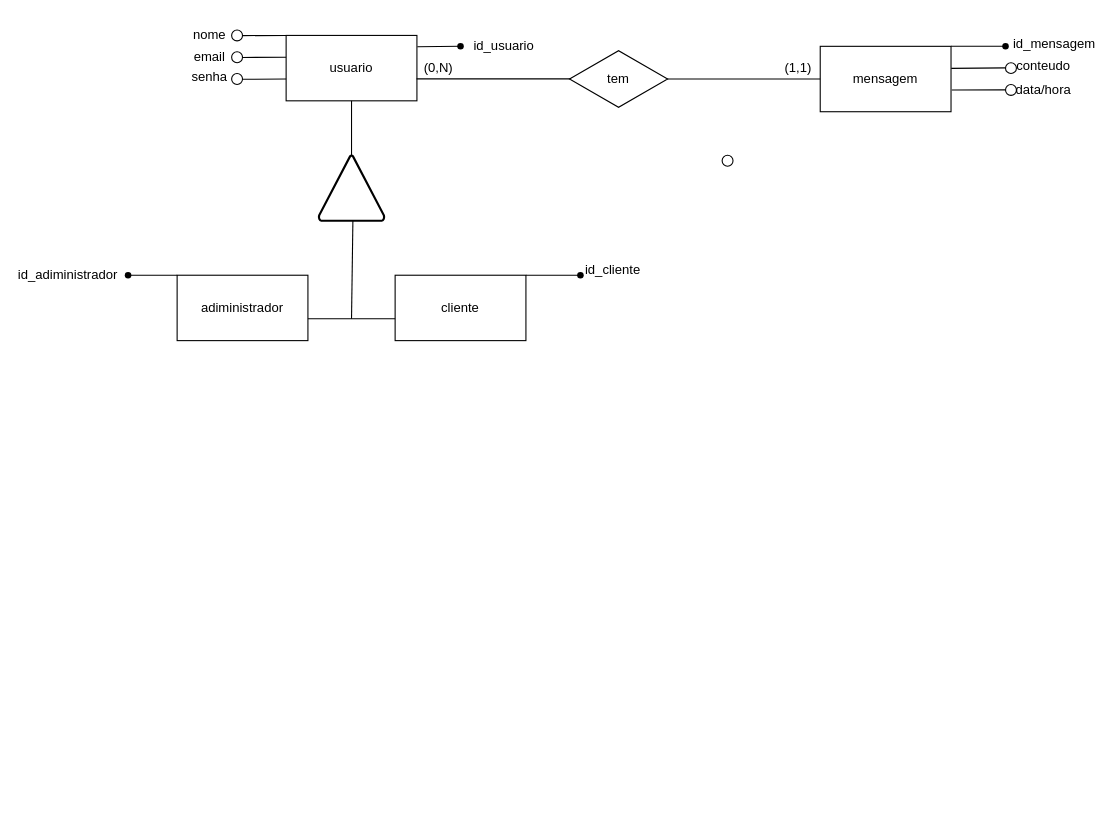
This is modelo conceitual.drawio from AndreLuizWandscheerFranco/TCC, a draw.io file, before an edit. Source tidied: cells renumbered, new cells numbered last; positions are measured from the earlier drawing's top-left corner, leaving out a move shared by most shapes. Both pictures are drawn from the tidied source at 109%, with x=0, y=0 at pixel (35, 19).
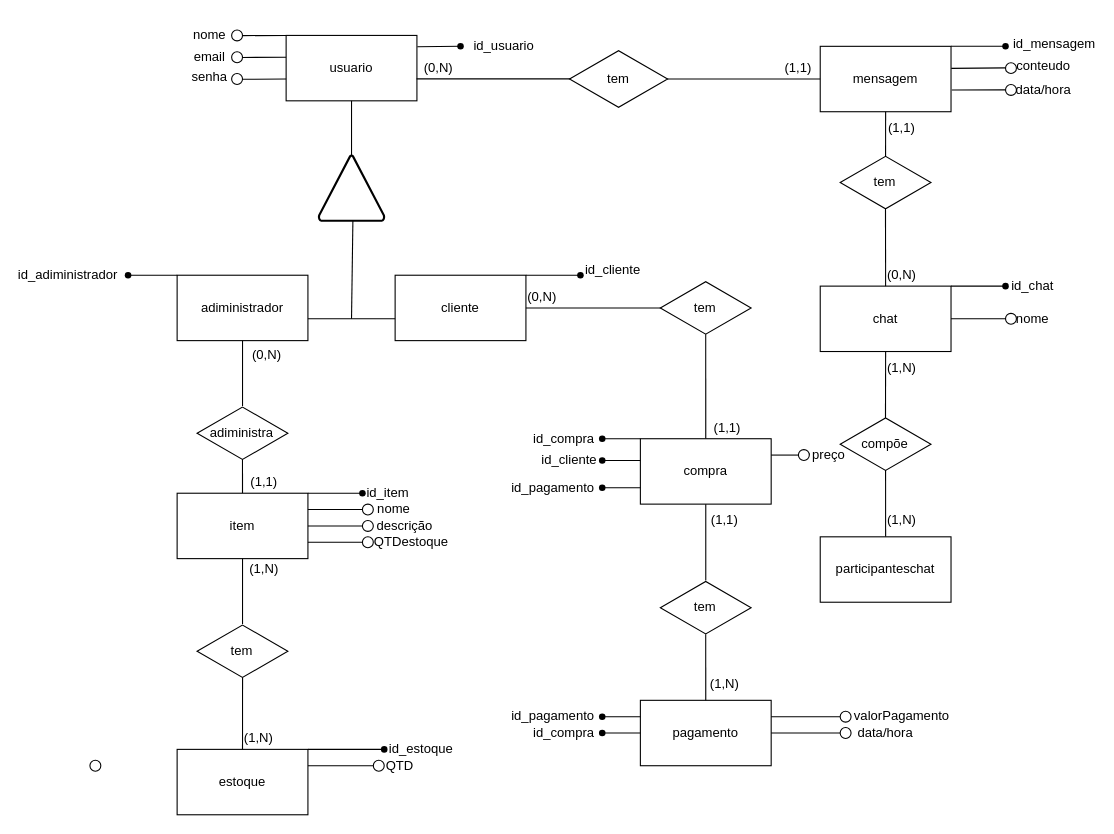
Above is the later version.

The change refers to these unchanged cells:
```xml
<mxCell id="2" value="adiministrador" style="rounded=0;whiteSpace=wrap;html=1;" parent="1" vertex="1">
  <mxGeometry x="130" y="235" width="120" height="60" as="geometry" />
</mxCell>
<mxCell id="3" value="cliente" style="rounded=0;whiteSpace=wrap;html=1;" parent="1" vertex="1">
  <mxGeometry x="330" y="235" width="120" height="60" as="geometry" />
</mxCell>
<mxCell id="29" value="mensagem" style="rounded=0;whiteSpace=wrap;html=1;" parent="1" vertex="1">
  <mxGeometry x="720" y="25" width="120" height="60" as="geometry" />
</mxCell>
```

Diff of the diagram source:
```diff
@@
     <mxCell id="36" style="ellipse;whiteSpace=wrap;html=1;" parent="1" vertex="1">
-      <mxGeometry x="630" y="125" width="10" height="10" as="geometry" />
+      <mxGeometry x="50" y="680" width="10" height="10" as="geometry" />
     </mxCell>
@@
+    <mxCell id="43" style="endArrow=none;html=1;rounded=0;entryX=0.5;entryY=1;entryDx=0;entryDy=0;exitX=0.5;exitY=0.016;exitDx=0;exitDy=0;exitPerimeter=0;" parent="1" edge="1" source="48" target="29">
+      <mxGeometry relative="1" as="geometry" />
+    </mxCell>
+    <mxCell id="44" value="chat" style="rounded=0;whiteSpace=wrap;html=1;" parent="1" vertex="1">
+      <mxGeometry x="720" y="245" width="120" height="60" as="geometry" />
+    </mxCell>
+    <mxCell id="45" style="shape=waypoint;sketch=0;fillStyle=solid;size=6;fillColor=none;perimeter=centerPerimeter;" parent="1" vertex="1">
+      <mxGeometry x="880" y="235" width="20" height="20" as="geometry" />
+    </mxCell>
+    <mxCell id="46" style="endArrow=none;html=1;rounded=0;exitX=1;exitY=0;exitDx=0;exitDy=0;" parent="1" edge="1">
+      <mxGeometry relative="1" as="geometry">
+        <mxPoint x="840" y="245" as="sourcePoint" />
+        <mxPoint x="890" y="245" as="targetPoint" />
+      </mxGeometry>
+    </mxCell>
+    <mxCell id="47" value="id_chat" style="text;html=1;align=center;verticalAlign=middle;whiteSpace=wrap;rounded=0;" parent="1" vertex="1">
+      <mxGeometry x="910" y="240" width="10" height="10" as="geometry" />
+    </mxCell>
+    <mxCell id="48" value="tem" style="html=1;whiteSpace=wrap;shape=isoRectangle;" parent="1" vertex="1">
+      <mxGeometry x="738.3" y="125" width="83.3" height="50" as="geometry" />
+    </mxCell>
+    <mxCell id="49" style="endArrow=none;html=1;rounded=0;entryX=0.499;entryY=0.977;entryDx=0;entryDy=0;entryPerimeter=0;exitX=0.5;exitY=0;exitDx=0;exitDy=0;" parent="1" edge="1" source="44" target="48">
+      <mxGeometry relative="1" as="geometry" />
+    </mxCell>
+    <mxCell id="50" value="(1,1)" style="text;html=1;align=center;verticalAlign=middle;whiteSpace=wrap;rounded=0;" parent="1" vertex="1">
+      <mxGeometry x="790" y="95" width="10" height="10" as="geometry" />
+    </mxCell>
+    <mxCell id="51" value="(0,N)" style="text;html=1;align=center;verticalAlign=middle;whiteSpace=wrap;rounded=0;" parent="1" vertex="1">
+      <mxGeometry x="790" y="230" width="10" height="10" as="geometry" />
+    </mxCell>
+    <mxCell id="52" style="ellipse;whiteSpace=wrap;html=1;" parent="1" vertex="1">
+      <mxGeometry x="890" y="270" width="10" height="10" as="geometry" />
+    </mxCell>
+    <mxCell id="53" style="endArrow=none;html=1;rounded=0;exitX=1;exitY=0.5;exitDx=0;exitDy=0;" parent="1" edge="1" source="44">
+      <mxGeometry relative="1" as="geometry">
+        <mxPoint x="890" y="275" as="targetPoint" />
+      </mxGeometry>
+    </mxCell>
+    <mxCell id="54" value="nome" style="text;html=1;align=center;verticalAlign=middle;whiteSpace=wrap;rounded=0;" parent="1" vertex="1">
+      <mxGeometry x="910" y="270" width="10" height="10" as="geometry" />
+    </mxCell>
+    <mxCell id="55" value="adiministra" style="html=1;whiteSpace=wrap;shape=isoRectangle;" parent="1" vertex="1">
+      <mxGeometry x="148.3" y="355" width="83.3" height="50" as="geometry" />
+    </mxCell>
+    <mxCell id="56" value="compõe" style="html=1;whiteSpace=wrap;shape=isoRectangle;" parent="1" vertex="1">
+      <mxGeometry x="738.3" y="365" width="83.3" height="50" as="geometry" />
+    </mxCell>
+    <mxCell id="57" style="endArrow=none;html=1;rounded=0;entryX=0.5;entryY=1;entryDx=0;entryDy=0;exitX=0.499;exitY=0.02;exitDx=0;exitDy=0;exitPerimeter=0;" parent="1" edge="1" source="56" target="44">
+      <mxGeometry relative="1" as="geometry" />
+    </mxCell>
+    <mxCell id="58" style="endArrow=none;html=1;rounded=0;entryX=0.5;entryY=0.975;entryDx=0;entryDy=0;entryPerimeter=0;" parent="1" edge="1" target="56">
+      <mxGeometry relative="1" as="geometry">
+        <mxPoint x="780" y="475" as="sourcePoint" />
+      </mxGeometry>
+    </mxCell>
+    <mxCell id="59" value="participanteschat" style="rounded=0;whiteSpace=wrap;html=1;" parent="1" vertex="1">
+      <mxGeometry x="720" y="475" width="120" height="60" as="geometry" />
+    </mxCell>
+    <mxCell id="60" value="(1,N)" style="text;html=1;align=center;verticalAlign=middle;whiteSpace=wrap;rounded=0;" parent="1" vertex="1">
+      <mxGeometry x="790" y="315" width="10" height="10" as="geometry" />
+    </mxCell>
+    <mxCell id="61" value="(1,N)" style="text;html=1;align=center;verticalAlign=middle;whiteSpace=wrap;rounded=0;" parent="1" vertex="1">
+      <mxGeometry x="790" y="455" width="10" height="10" as="geometry" />
+    </mxCell>
+    <mxCell id="62" style="endArrow=none;html=1;rounded=0;entryX=1;entryY=0.5;entryDx=0;entryDy=0;exitX=0.009;exitY=0.5;exitDx=0;exitDy=0;exitPerimeter=0;" parent="1" edge="1" source="63" target="3">
+      <mxGeometry relative="1" as="geometry" />
+    </mxCell>
+    <mxCell id="63" value="tem" style="html=1;whiteSpace=wrap;shape=isoRectangle;" parent="1" vertex="1">
+      <mxGeometry x="573.3" y="240" width="83.3" height="50" as="geometry" />
+    </mxCell>
+    <mxCell id="64" style="endArrow=none;html=1;rounded=0;entryX=0.5;entryY=0.981;entryDx=0;entryDy=0;entryPerimeter=0;" parent="1" edge="1" target="63">
+      <mxGeometry relative="1" as="geometry">
+        <mxPoint x="615" y="385" as="sourcePoint" />
+      </mxGeometry>
+    </mxCell>
+    <mxCell id="65" value="compra" style="rounded=0;whiteSpace=wrap;html=1;" parent="1" vertex="1">
+      <mxGeometry x="555" y="385" width="120" height="60" as="geometry" />
+    </mxCell>
+    <mxCell id="66" style="endArrow=none;html=1;rounded=0;entryX=0;entryY=0;entryDx=0;entryDy=0;" parent="1" edge="1" target="65">
+      <mxGeometry relative="1" as="geometry">
+        <mxPoint x="520" y="385" as="sourcePoint" />
+      </mxGeometry>
+    </mxCell>
+    <mxCell id="67" style="shape=waypoint;sketch=0;fillStyle=solid;size=6;fillColor=none;perimeter=centerPerimeter;" parent="1" vertex="1">
+      <mxGeometry x="510" y="375" width="20" height="20" as="geometry" />
+    </mxCell>
+    <mxCell id="68" value="id_compra" style="text;html=1;align=center;verticalAlign=middle;whiteSpace=wrap;rounded=0;" parent="1" vertex="1">
+      <mxGeometry x="480" y="380" width="10" height="10" as="geometry" />
+    </mxCell>
+    <mxCell id="69" style="endArrow=none;html=1;rounded=0;entryX=0;entryY=0.25;entryDx=0;entryDy=0;" parent="1" edge="1">
+      <mxGeometry relative="1" as="geometry">
+        <mxPoint x="520" y="405" as="sourcePoint" />
+        <mxPoint x="555" y="405" as="targetPoint" />
+      </mxGeometry>
+    </mxCell>
+    <mxCell id="70" style="shape=waypoint;sketch=0;fillStyle=solid;size=6;fillColor=none;perimeter=centerPerimeter;" parent="1" vertex="1">
+      <mxGeometry x="510" y="395" width="20" height="20" as="geometry" />
+    </mxCell>
+    <mxCell id="71" value="id_cliente" style="text;html=1;align=center;verticalAlign=middle;whiteSpace=wrap;rounded=0;" parent="1" vertex="1">
+      <mxGeometry x="460" y="390" width="60" height="30" as="geometry" />
+    </mxCell>
+    <mxCell id="72" style="endArrow=none;html=1;rounded=0;entryX=0.5;entryY=1;entryDx=0;entryDy=0;" parent="1" edge="1" target="65">
+      <mxGeometry relative="1" as="geometry">
+        <mxPoint x="615" y="515" as="sourcePoint" />
+      </mxGeometry>
+    </mxCell>
+    <mxCell id="73" value="tem" style="html=1;whiteSpace=wrap;shape=isoRectangle;" parent="1" vertex="1">
+      <mxGeometry x="573.3" y="515" width="83.3" height="50" as="geometry" />
+    </mxCell>
+    <mxCell id="74" style="endArrow=none;html=1;rounded=0;entryX=0.5;entryY=0.986;entryDx=0;entryDy=0;entryPerimeter=0;" parent="1" edge="1" target="73">
+      <mxGeometry relative="1" as="geometry">
+        <mxPoint x="615" y="635" as="sourcePoint" />
+      </mxGeometry>
+    </mxCell>
+    <mxCell id="75" value="pagamento" style="rounded=0;whiteSpace=wrap;html=1;" parent="1" vertex="1">
+      <mxGeometry x="555" y="625" width="120" height="60" as="geometry" />
+    </mxCell>
+    <mxCell id="76" style="endArrow=none;html=1;rounded=0;exitX=0;exitY=0.25;exitDx=0;exitDy=0;" parent="1" edge="1" source="75">
+      <mxGeometry relative="1" as="geometry">
+        <mxPoint x="520" y="640" as="targetPoint" />
+      </mxGeometry>
+    </mxCell>
+    <mxCell id="77" style="shape=waypoint;sketch=0;fillStyle=solid;size=6;fillColor=none;perimeter=centerPerimeter;" parent="1" vertex="1">
+      <mxGeometry x="510" y="630" width="20" height="20" as="geometry" />
+    </mxCell>
+    <mxCell id="78" value="id_pagamento" style="text;html=1;align=center;verticalAlign=middle;whiteSpace=wrap;rounded=0;" parent="1" vertex="1">
+      <mxGeometry x="470" y="635" width="10" height="10" as="geometry" />
+    </mxCell>
+    <mxCell id="79" style="endArrow=none;html=1;rounded=0;exitX=0;exitY=0.75;exitDx=0;exitDy=0;" parent="1" edge="1" source="65" target="80">
+      <mxGeometry relative="1" as="geometry" />
+    </mxCell>
+    <mxCell id="80" style="shape=waypoint;sketch=0;fillStyle=solid;size=6;points=[];fillColor=none;perimeter=centerPerimeter;snapToPoint=1;" parent="1" vertex="1">
+      <mxGeometry x="510" y="420" width="20" height="20" as="geometry" />
+    </mxCell>
+    <mxCell id="81" value="id_pagamento" style="text;html=1;align=center;verticalAlign=middle;whiteSpace=wrap;rounded=0;" parent="1" vertex="1">
+      <mxGeometry x="470" y="425" width="10" height="10" as="geometry" />
+    </mxCell>
+    <mxCell id="82" style="endArrow=none;html=1;rounded=0;exitX=1;exitY=0.25;exitDx=0;exitDy=0;" parent="1" edge="1" source="85">
+      <mxGeometry relative="1" as="geometry">
+        <mxPoint x="710" y="400" as="targetPoint" />
+      </mxGeometry>
+    </mxCell>
+    <mxCell id="83" value="preço" style="text;html=1;align=center;verticalAlign=middle;whiteSpace=wrap;rounded=0;" parent="1" vertex="1">
+      <mxGeometry x="718.3" y="395" width="20" height="10" as="geometry" />
+    </mxCell>
+    <mxCell id="84" style="endArrow=none;html=1;rounded=0;exitX=1;exitY=0.25;exitDx=0;exitDy=0;" parent="1" edge="1" source="65" target="85">
+      <mxGeometry relative="1" as="geometry" />
+    </mxCell>
+    <mxCell id="85" style="ellipse;whiteSpace=wrap;html=1;" parent="1" vertex="1">
+      <mxGeometry x="700" y="395" width="10" height="10" as="geometry" />
+    </mxCell>
+    <mxCell id="86" style="endArrow=none;html=1;rounded=0;entryX=0;entryY=0.5;entryDx=0;entryDy=0;" parent="1" edge="1" target="75">
+      <mxGeometry relative="1" as="geometry">
+        <mxPoint x="520" y="655" as="sourcePoint" />
+      </mxGeometry>
+    </mxCell>
+    <mxCell id="87" style="shape=waypoint;sketch=0;fillStyle=solid;size=6;fillColor=none;perimeter=centerPerimeter;" parent="1" vertex="1">
+      <mxGeometry x="510" y="645" width="20" height="20" as="geometry" />
+    </mxCell>
+    <mxCell id="88" value="valorPagamento" style="text;html=1;align=center;verticalAlign=middle;whiteSpace=wrap;rounded=0;" parent="1" vertex="1">
+      <mxGeometry x="765" y="625" width="60" height="30" as="geometry" />
+    </mxCell>
+    <mxCell id="89" value="id_compra" style="text;html=1;align=center;verticalAlign=middle;whiteSpace=wrap;rounded=0;" parent="1" vertex="1">
+      <mxGeometry x="455" y="640" width="60" height="30" as="geometry" />
+    </mxCell>
+    <mxCell id="90" style="endArrow=none;html=1;rounded=0;exitX=1;exitY=0.25;exitDx=0;exitDy=0;" parent="1" edge="1" source="75" target="91">
+      <mxGeometry relative="1" as="geometry" />
+    </mxCell>
+    <mxCell id="91" style="ellipse;whiteSpace=wrap;html=1;" parent="1" vertex="1">
+      <mxGeometry x="738.3" y="635" width="10" height="10" as="geometry" />
+    </mxCell>
+    <mxCell id="92" style="endArrow=none;html=1;rounded=0;exitX=1;exitY=0.5;exitDx=0;exitDy=0;entryX=0;entryY=0.5;entryDx=0;entryDy=0;" parent="1" edge="1" source="75" target="93">
+      <mxGeometry relative="1" as="geometry" />
+    </mxCell>
+    <mxCell id="93" style="ellipse;whiteSpace=wrap;html=1;" parent="1" vertex="1">
+      <mxGeometry x="738.3" y="650" width="10" height="10" as="geometry" />
+    </mxCell>
+    <mxCell id="94" value="data/hora" style="text;html=1;align=center;verticalAlign=middle;whiteSpace=wrap;rounded=0;" parent="1" vertex="1">
+      <mxGeometry x="775" y="650" width="10" height="10" as="geometry" />
+    </mxCell>
+    <mxCell id="95" style="endArrow=none;html=1;rounded=0;entryX=0.5;entryY=1;entryDx=0;entryDy=0;" parent="1" edge="1" target="2">
+      <mxGeometry relative="1" as="geometry">
+        <mxPoint x="190" y="355" as="sourcePoint" />
+      </mxGeometry>
+    </mxCell>
+    <mxCell id="96" style="endArrow=none;html=1;rounded=0;entryX=0.5;entryY=0.976;entryDx=0;entryDy=0;entryPerimeter=0;" parent="1" edge="1" target="55">
+      <mxGeometry relative="1" as="geometry">
+        <mxPoint x="190" y="435" as="sourcePoint" />
+      </mxGeometry>
+    </mxCell>
+    <mxCell id="97" value="(0,N)" style="text;html=1;align=center;verticalAlign=middle;whiteSpace=wrap;rounded=0;" parent="1" vertex="1">
+      <mxGeometry x="455" y="250" width="20" height="10" as="geometry" />
+    </mxCell>
+    <mxCell id="98" value="(1,1)" style="text;html=1;align=center;verticalAlign=middle;whiteSpace=wrap;rounded=0;" parent="1" vertex="1">
+      <mxGeometry x="630" y="370" width="10" height="10" as="geometry" />
+    </mxCell>
+    <mxCell id="99" value="(1,1)" style="text;html=1;align=center;verticalAlign=middle;whiteSpace=wrap;rounded=0;" parent="1" vertex="1">
+      <mxGeometry x="625" y="455" width="15" height="10" as="geometry" />
+    </mxCell>
+    <mxCell id="100" value="(1,N)" style="text;html=1;align=center;verticalAlign=middle;whiteSpace=wrap;rounded=0;" parent="1" vertex="1">
+      <mxGeometry x="629.2" y="605" width="6.7" height="10" as="geometry" />
+    </mxCell>
+    <mxCell id="101" value="item" style="rounded=0;whiteSpace=wrap;html=1;" parent="1" vertex="1">
+      <mxGeometry x="130" y="435" width="120" height="60" as="geometry" />
+    </mxCell>
+    <mxCell id="102" style="endArrow=none;html=1;rounded=0;exitX=1;exitY=0;exitDx=0;exitDy=0;" parent="1" edge="1" source="101">
+      <mxGeometry relative="1" as="geometry">
+        <mxPoint x="300" y="435" as="targetPoint" />
+      </mxGeometry>
+    </mxCell>
+    <mxCell id="103" style="shape=waypoint;sketch=0;fillStyle=solid;size=6;fillColor=none;perimeter=centerPerimeter;" parent="1" vertex="1">
+      <mxGeometry x="290" y="425" width="20" height="20" as="geometry" />
+    </mxCell>
+    <mxCell id="104" value="id_item" style="text;html=1;align=center;verticalAlign=middle;whiteSpace=wrap;rounded=0;" parent="1" vertex="1">
+      <mxGeometry x="317" y="430" width="13" height="10" as="geometry" />
+    </mxCell>
+    <mxCell id="105" style="endArrow=none;html=1;rounded=0;exitX=1;exitY=0.5;exitDx=0;exitDy=0;entryX=0;entryY=0.5;entryDx=0;entryDy=0;" parent="1" edge="1" source="101" target="106">
+      <mxGeometry relative="1" as="geometry" />
+    </mxCell>
+    <mxCell id="106" style="ellipse;whiteSpace=wrap;html=1;" parent="1" vertex="1">
+      <mxGeometry x="300" y="460" width="10" height="10" as="geometry" />
+    </mxCell>
+    <mxCell id="107" value="descrição" style="text;html=1;align=center;verticalAlign=middle;whiteSpace=wrap;rounded=0;" parent="1" vertex="1">
+      <mxGeometry x="334" y="460" width="10" height="10" as="geometry" />
+    </mxCell>
+    <mxCell id="108" style="endArrow=none;html=1;rounded=0;exitX=1;exitY=0.75;exitDx=0;exitDy=0;" parent="1" edge="1" source="101">
+      <mxGeometry relative="1" as="geometry">
+        <mxPoint x="300" y="480" as="targetPoint" />
+      </mxGeometry>
+    </mxCell>
+    <mxCell id="109" style="ellipse;whiteSpace=wrap;html=1;" parent="1" vertex="1">
+      <mxGeometry x="300" y="475" width="10" height="10" as="geometry" />
+    </mxCell>
+    <mxCell id="110" value="QTDestoque" style="text;html=1;align=center;verticalAlign=middle;whiteSpace=wrap;rounded=0;" parent="1" vertex="1">
+      <mxGeometry x="340" y="475" width="10" height="10" as="geometry" />
+    </mxCell>
+    <mxCell id="111" style="endArrow=none;html=1;rounded=0;exitX=1;exitY=0.25;exitDx=0;exitDy=0;" parent="1" edge="1" source="101">
+      <mxGeometry relative="1" as="geometry">
+        <mxPoint x="300" y="450" as="targetPoint" />
+      </mxGeometry>
+    </mxCell>
+    <mxCell id="112" style="ellipse;whiteSpace=wrap;html=1;" parent="1" vertex="1">
+      <mxGeometry x="300" y="445" width="10" height="10" as="geometry" />
+    </mxCell>
+    <mxCell id="113" value="nome" style="text;html=1;align=center;verticalAlign=middle;whiteSpace=wrap;rounded=0;" parent="1" vertex="1">
+      <mxGeometry x="324" y="445" width="10" height="10" as="geometry" />
+    </mxCell>
+    <mxCell id="114" style="endArrow=none;html=1;rounded=0;entryX=0.5;entryY=1;entryDx=0;entryDy=0;" parent="1" edge="1" target="101">
+      <mxGeometry relative="1" as="geometry">
+        <mxPoint x="190" y="555" as="sourcePoint" />
+      </mxGeometry>
+    </mxCell>
+    <mxCell id="115" value="tem" style="html=1;whiteSpace=wrap;shape=isoRectangle;" parent="1" vertex="1">
+      <mxGeometry x="148.3" y="555" width="83.3" height="50" as="geometry" />
+    </mxCell>
+    <mxCell id="116" value="estoque" style="rounded=0;whiteSpace=wrap;html=1;" parent="1" vertex="1">
+      <mxGeometry x="130" y="670" width="120" height="60" as="geometry" />
+    </mxCell>
+    <mxCell id="117" style="endArrow=none;html=1;rounded=0;entryX=0.501;entryY=0.983;entryDx=0;entryDy=0;entryPerimeter=0;exitX=0.5;exitY=0;exitDx=0;exitDy=0;" parent="1" edge="1" source="116" target="115">
+      <mxGeometry relative="1" as="geometry" />
+    </mxCell>
+    <mxCell id="118" style="endArrow=none;html=1;rounded=0;exitX=1;exitY=0;exitDx=0;exitDy=0;" parent="1" edge="1" source="116">
+      <mxGeometry relative="1" as="geometry">
+        <mxPoint x="320" y="670" as="targetPoint" />
+      </mxGeometry>
+    </mxCell>
+    <mxCell id="119" style="shape=waypoint;sketch=0;fillStyle=solid;size=6;fillColor=none;perimeter=centerPerimeter;" parent="1" vertex="1">
+      <mxGeometry x="310" y="660" width="20" height="20" as="geometry" />
+    </mxCell>
+    <mxCell id="120" value="id_estoque" style="text;html=1;align=center;verticalAlign=middle;whiteSpace=wrap;rounded=0;" parent="1" vertex="1">
+      <mxGeometry x="324" y="655" width="60" height="30" as="geometry" />
+    </mxCell>
+    <mxCell id="121" style="endArrow=none;html=1;rounded=0;exitX=1;exitY=0.25;exitDx=0;exitDy=0;" parent="1" edge="1" source="116">
+      <mxGeometry relative="1" as="geometry">
+        <mxPoint x="310" y="685" as="targetPoint" />
+      </mxGeometry>
+    </mxCell>
+    <mxCell id="122" style="ellipse;whiteSpace=wrap;html=1;" parent="1" vertex="1">
+      <mxGeometry x="310" y="680" width="10" height="10" as="geometry" />
+    </mxCell>
+    <mxCell id="123" value="QTD" style="text;html=1;align=center;verticalAlign=middle;whiteSpace=wrap;rounded=0;" parent="1" vertex="1">
+      <mxGeometry x="330" y="680" width="9" height="10" as="geometry" />
+    </mxCell>
+    <mxCell id="124" value="(0,N)" style="text;html=1;align=center;verticalAlign=middle;whiteSpace=wrap;rounded=0;" parent="1" vertex="1">
+      <mxGeometry x="200" y="295" width="24.5" height="25" as="geometry" />
+    </mxCell>
+    <mxCell id="125" value="(1,1)" style="text;html=1;align=center;verticalAlign=middle;whiteSpace=wrap;rounded=0;" parent="1" vertex="1">
+      <mxGeometry x="200" y="420" width="20" height="10" as="geometry" />
+    </mxCell>
+    <mxCell id="126" value="(1,N)" style="text;html=1;align=center;verticalAlign=middle;whiteSpace=wrap;rounded=0;" parent="1" vertex="1">
+      <mxGeometry x="195" y="495" width="30" height="20" as="geometry" />
+    </mxCell>
+    <mxCell id="127" value="(1,N)" style="text;html=1;align=center;verticalAlign=middle;whiteSpace=wrap;rounded=0;" parent="1" vertex="1">
+      <mxGeometry x="195" y="650" width="20" height="20" as="geometry" />
+    </mxCell>
```
